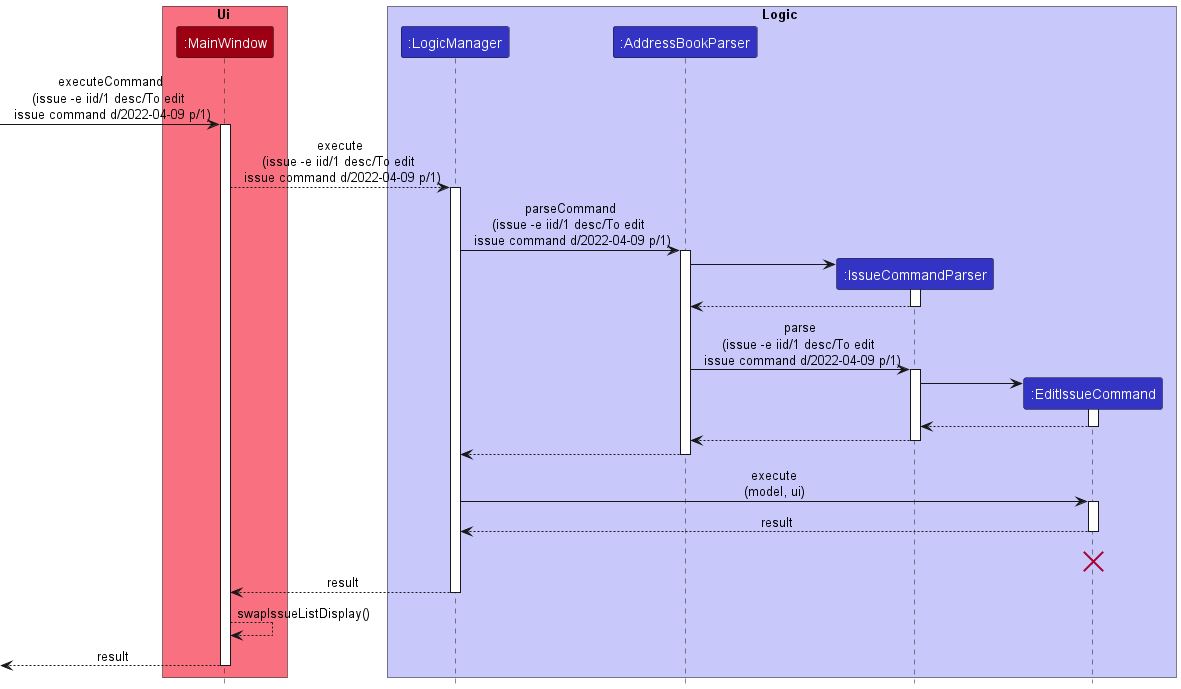
Before: docs/images/EditSequenceDiagram.png, a diagram exported from PlantUML (nus-cs2103-AY2223S1/tp).
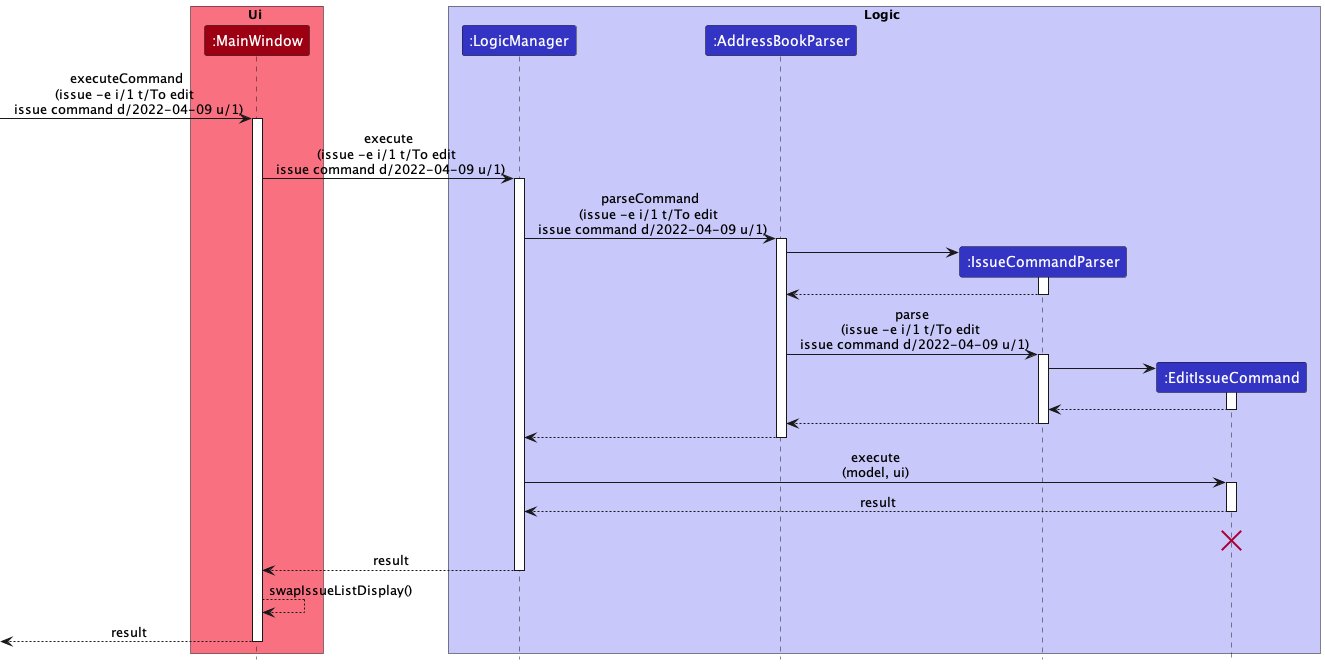
After the change.

What changed in the source:
```diff
@@ -12,13 +12,13 @@
 participant ":EditIssueCommand" as EditIssueCommand LOGIC_COLOR
 end box
 
-[-> MainWindow : executeCommand\n(issue -e iid/1 desc/To edit \n issue command d/2022-04-09 p/1)
+[-> MainWindow : executeCommand\n(issue -e i/1 t/To edit \n issue command d/2022-04-09 u/1)
 activate MainWindow
 
-MainWindow --> LogicManager : execute\n(issue -e iid/1 desc/To edit \n issue command d/2022-04-09 p/1)
+MainWindow -> LogicManager : execute\n(issue -e i/1 t/To edit \n issue command d/2022-04-09 u/1)
 activate LogicManager
 
-LogicManager -> AddressBookParser : parseCommand\n(issue -e iid/1 desc/To edit \n issue command d/2022-04-09 p/1)
+LogicManager -> AddressBookParser : parseCommand\n(issue -e i/1 t/To edit \n issue command d/2022-04-09 u/1)
 activate AddressBookParser
 
 create IssueCommandParser
@@ -26,7 +26,7 @@
 activate IssueCommandParser
 IssueCommandParser --> AddressBookParser
 deactivate IssueCommandParser
-AddressBookParser -> IssueCommandParser : parse\n(issue -e iid/1 desc/To edit \n issue command d/2022-04-09 p/1)
+AddressBookParser -> IssueCommandParser : parse\n(issue -e i/1 t/To edit \n issue command d/2022-04-09 u/1)
 activate IssueCommandParser
 
 create EditIssueCommand
```
